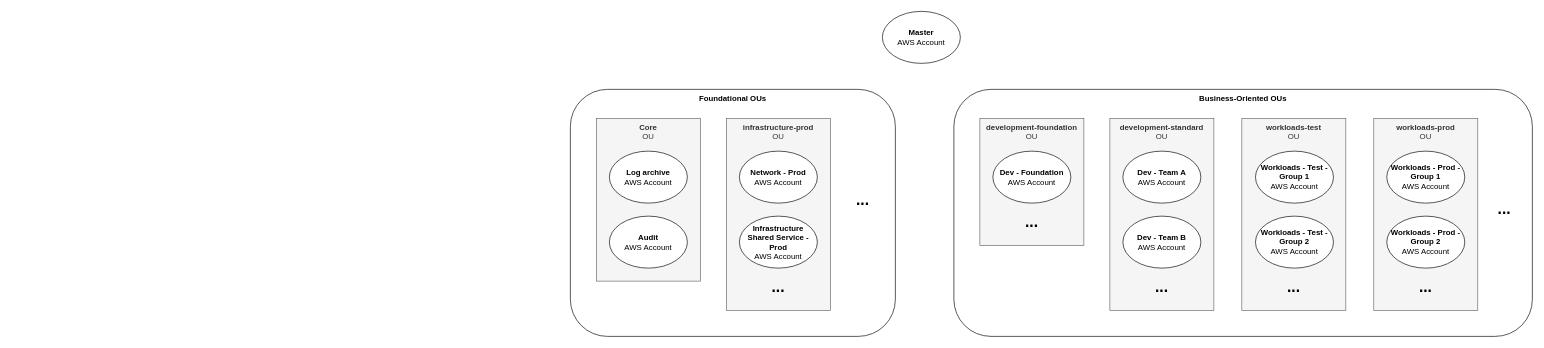
Earlier version of the draw.io diagram drawings/aws-accounts-ous.drawio (aws-samples/aws-get-started-workshop). Source tidied: cells renumbered, new cells numbered last; positions are measured from the earlier drawing's top-left corner, leaving out a move shared by most shapes. Both pictures are drawn from the tidied source at 65%, with x=0, y=0 at pixel (570, 11).
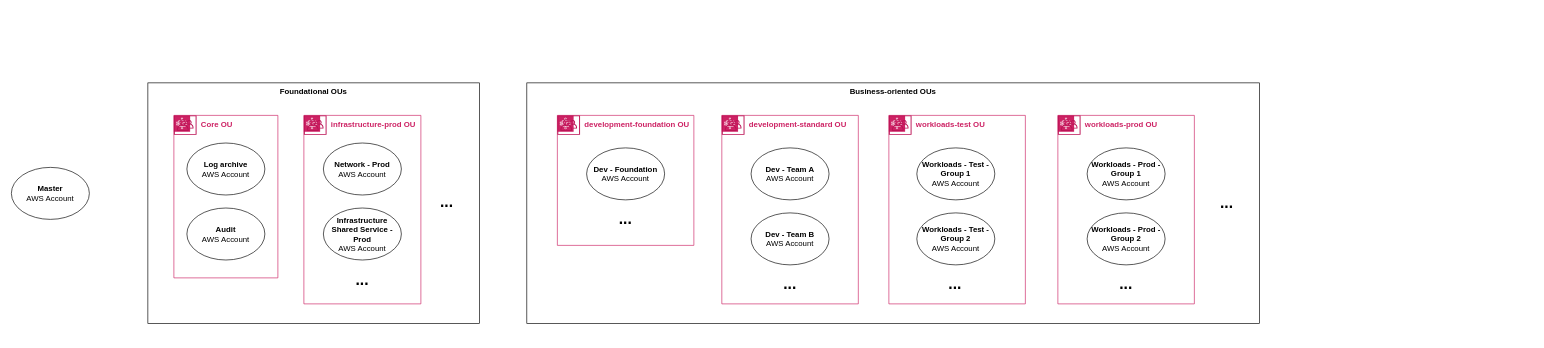
Above is the later version.

Commit message (it also covers changes not shown here):
updated OU and accounts diagram

Diff of the diagram source:
```diff
@@
-    <mxCell id="2" value="Business-Oriented OUs" style="rounded=1;whiteSpace=wrap;html=1;verticalAlign=top;fontStyle=1;" parent="1" vertex="1">
-      <mxGeometry x="590" y="120" width="890" height="380" as="geometry" />
-    </mxCell>
+    <mxCell id="29" value="Business-oriented OUs" style="rounded=0;whiteSpace=wrap;html=1;fillColor=#ffffff;verticalAlign=top;fontStyle=1;" parent="1" vertex="1">
+      <mxGeometry x="-67" y="110" width="1127" height="370" as="geometry" />
+    </mxCell>
+    <mxCell id="9" value="&amp;nbsp;&amp;nbsp; workloads-prod OU" style="html=1;whiteSpace=wrap;fontSize=12;fontStyle=1;shape=mxgraph.aws4.group;grIcon=mxgraph.aws4.group_aws_step_functions_workflow;verticalAlign=top;align=left;spacingLeft=30;dashed=0;fontColor=#CD2264;strokeColor=#CD2264;gradientColor=none;" parent="1" vertex="1">
+      <mxGeometry x="750" y="160" width="210" height="290" as="geometry" />
+    </mxCell>
+    <mxCell id="8" value="&amp;nbsp;&amp;nbsp; workloads-test OU" style="html=1;whiteSpace=wrap;fontSize=12;fontStyle=1;shape=mxgraph.aws4.group;grIcon=mxgraph.aws4.group_aws_step_functions_workflow;verticalAlign=top;align=left;spacingLeft=30;dashed=0;fontColor=#CD2264;strokeColor=#CD2264;gradientColor=none;" parent="1" vertex="1">
+      <mxGeometry x="490" y="160" width="210" height="290" as="geometry" />
+    </mxCell>
+    <mxCell id="6" value="&amp;nbsp;&amp;nbsp; development-foundation OU" style="html=1;whiteSpace=wrap;fontSize=12;fontStyle=1;shape=mxgraph.aws4.group;grIcon=mxgraph.aws4.group_aws_step_functions_workflow;verticalAlign=top;align=left;spacingLeft=30;dashed=0;fontColor=#CD2264;strokeColor=#CD2264;gradientColor=none;" parent="1" vertex="1">
+      <mxGeometry x="-20" y="160" width="210" height="200" as="geometry" />
+    </mxCell>
-    <mxCell id="3" value="Foundational OUs" style="rounded=1;whiteSpace=wrap;html=1;verticalAlign=top;fontStyle=1;" parent="1" vertex="1">
-      <mxGeometry y="120" width="500" height="380" as="geometry" />
+    <mxCell id="3" value="Foundational OUs" style="rounded=0;whiteSpace=wrap;html=1;fillColor=#ffffff;verticalAlign=top;fontStyle=1;" parent="1" vertex="1">
+      <mxGeometry x="-650" y="110" width="510" height="370" as="geometry" />
     </mxCell>
-    <mxCell id="4" value="&lt;div&gt;&lt;b&gt;Core&lt;/b&gt;&lt;/div&gt;&lt;div&gt;OU&lt;br&gt;&lt;/div&gt;" style="rounded=0;whiteSpace=wrap;html=1;verticalAlign=top;fillColor=#f5f5f5;strokeColor=#666666;fontColor=#333333;" parent="1" vertex="1">
-      <mxGeometry x="40" y="165" width="160" height="250" as="geometry" />
+    <mxCell id="4" value="&amp;nbsp;&amp;nbsp; Core OU" style="gradientColor=none;html=1;whiteSpace=wrap;fontSize=12;fontStyle=1;shape=mxgraph.aws4.group;grIcon=mxgraph.aws4.group_aws_step_functions_workflow;strokeColor=#CD2264;fillColor=#ffffff;verticalAlign=top;align=left;spacingLeft=30;fontColor=#CD2264;dashed=0;" parent="1" vertex="1">
+      <mxGeometry x="-610" y="160" width="160" height="250" as="geometry" />
     </mxCell>
-    <mxCell id="5" value="&lt;div&gt;&lt;b&gt;infrastructure-prod&lt;/b&gt;&lt;/div&gt;&lt;div&gt;OU&lt;br&gt;&lt;/div&gt;" style="rounded=0;whiteSpace=wrap;html=1;verticalAlign=top;fillColor=#f5f5f5;strokeColor=#666666;fontColor=#333333;" parent="1" vertex="1">
-      <mxGeometry x="240" y="165" width="160" height="295" as="geometry" />
+    <mxCell id="5" value="&amp;nbsp;&amp;nbsp; infrastructure-prod OU" style="html=1;whiteSpace=wrap;fontSize=12;fontStyle=1;shape=mxgraph.aws4.group;grIcon=mxgraph.aws4.group_aws_step_functions_workflow;verticalAlign=top;align=left;spacingLeft=30;dashed=0;fontColor=#CD2264;strokeColor=#CD2264;gradientColor=none;" parent="1" vertex="1">
+      <mxGeometry x="-410" y="160" width="180" height="290" as="geometry" />
     </mxCell>
-    <mxCell id="6" value="&lt;div&gt;&lt;b&gt;development-foundation&lt;/b&gt;&lt;/div&gt;&lt;div&gt;OU&lt;br&gt;&lt;/div&gt;" style="rounded=0;whiteSpace=wrap;html=1;verticalAlign=top;fillColor=#f5f5f5;strokeColor=#666666;fontColor=#333333;" parent="1" vertex="1">
-      <mxGeometry x="630" y="165" width="160" height="195" as="geometry" />
-    </mxCell>
-    <mxCell id="7" value="&lt;div&gt;&lt;b&gt;development-standard&lt;/b&gt;&lt;/div&gt;&lt;div&gt;OU&lt;br&gt;&lt;/div&gt;" style="rounded=0;whiteSpace=wrap;html=1;verticalAlign=top;fillColor=#f5f5f5;strokeColor=#666666;fontColor=#333333;" parent="1" vertex="1">
-      <mxGeometry x="830" y="165" width="160" height="295" as="geometry" />
-    </mxCell>
-    <mxCell id="8" value="&lt;div&gt;&lt;b&gt;workloads-test&lt;/b&gt;&lt;/div&gt;&lt;div&gt;OU&lt;br&gt;&lt;/div&gt;" style="rounded=0;whiteSpace=wrap;html=1;verticalAlign=top;fillColor=#f5f5f5;strokeColor=#666666;fontColor=#333333;" parent="1" vertex="1">
-      <mxGeometry x="1033" y="165" width="160" height="295" as="geometry" />
-    </mxCell>
-    <mxCell id="9" value="&lt;div&gt;&lt;b&gt;workloads-prod&lt;/b&gt;&lt;/div&gt;&lt;div&gt;OU&lt;br&gt;&lt;/div&gt;" style="rounded=0;whiteSpace=wrap;html=1;verticalAlign=top;fillColor=#f5f5f5;strokeColor=#666666;fontColor=#333333;" parent="1" vertex="1">
-      <mxGeometry x="1236" y="165" width="160" height="295" as="geometry" />
-    </mxCell>
     <mxCell id="10" value="&lt;div&gt;&lt;b&gt;Log archive&lt;/b&gt;&lt;/div&gt;&lt;div&gt;AWS Account&lt;br&gt;&lt;/div&gt;" style="ellipse;whiteSpace=wrap;html=1;" parent="1" vertex="1">
-      <mxGeometry x="60" y="215" width="120" height="80" as="geometry" />
+      <mxGeometry x="-590" y="202.5" width="120" height="80" as="geometry" />
     </mxCell>
     <mxCell id="11" value="&lt;div&gt;&lt;b&gt;Audit&lt;/b&gt;&lt;/div&gt;&lt;div&gt;AWS Account&lt;br&gt;&lt;/div&gt;" style="ellipse;whiteSpace=wrap;html=1;" parent="1" vertex="1">
-      <mxGeometry x="60" y="315" width="120" height="80" as="geometry" />
+      <mxGeometry x="-590" y="302.5" width="120" height="80" as="geometry" />
     </mxCell>
     <mxCell id="12" value="&lt;div&gt;&lt;b&gt;Network - Prod&lt;/b&gt;&lt;br&gt;&lt;/div&gt;&lt;div&gt;AWS Account&lt;br&gt;&lt;/div&gt;" style="ellipse;whiteSpace=wrap;html=1;" parent="1" vertex="1">
-      <mxGeometry x="260" y="215" width="120" height="80" as="geometry" />
+      <mxGeometry x="-380" y="202.5" width="120" height="80" as="geometry" />
     </mxCell>
     <mxCell id="13" value="&lt;div&gt;&lt;b&gt;Infrastructure Shared Service - Prod&lt;/b&gt;&lt;br&gt;&lt;/div&gt;&lt;div&gt;AWS Account&lt;br&gt;&lt;/div&gt;" style="ellipse;whiteSpace=wrap;html=1;" parent="1" vertex="1">
-      <mxGeometry x="260" y="315" width="120" height="80" as="geometry" />
+      <mxGeometry x="-380" y="302.5" width="120" height="80" as="geometry" />
     </mxCell>
     <mxCell id="14" value="&lt;div&gt;&lt;b&gt;Dev - Foundation&lt;/b&gt;&lt;br&gt;&lt;/div&gt;&lt;div&gt;AWS Account&lt;br&gt;&lt;/div&gt;" style="ellipse;whiteSpace=wrap;html=1;" parent="1" vertex="1">
-      <mxGeometry x="650" y="215" width="120" height="80" as="geometry" />
+      <mxGeometry x="25" y="210" width="120" height="80" as="geometry" />
     </mxCell>
-    <mxCell id="15" value="&lt;b&gt;Dev - Team A&lt;/b&gt;&lt;br&gt;&lt;div&gt;AWS Account&lt;br&gt;&lt;/div&gt;" style="ellipse;whiteSpace=wrap;html=1;" parent="1" vertex="1">
-      <mxGeometry x="850" y="215" width="120" height="80" as="geometry" />
-    </mxCell>
-    <mxCell id="16" value="&lt;div&gt;&lt;b&gt;Dev - Team B&lt;/b&gt;&lt;br&gt;&lt;/div&gt;&lt;div&gt;AWS Account&lt;br&gt;&lt;/div&gt;" style="ellipse;whiteSpace=wrap;html=1;" parent="1" vertex="1">
-      <mxGeometry x="850" y="315" width="120" height="80" as="geometry" />
-    </mxCell>
     <mxCell id="17" value="&lt;div&gt;&lt;b&gt;Workloads - Test - Group 1&lt;/b&gt;&lt;br&gt;&lt;/div&gt;&lt;div&gt;AWS Account&lt;br&gt;&lt;/div&gt;" style="ellipse;whiteSpace=wrap;html=1;" parent="1" vertex="1">
-      <mxGeometry x="1054" y="215" width="120" height="80" as="geometry" />
+      <mxGeometry x="533" y="210" width="120" height="80" as="geometry" />
     </mxCell>
     <mxCell id="18" value="&lt;div&gt;&lt;b&gt;Workloads - Prod - Group 1&lt;/b&gt;&lt;br&gt;&lt;/div&gt;&lt;div&gt;AWS Account&lt;br&gt;&lt;/div&gt;" style="ellipse;whiteSpace=wrap;html=1;" parent="1" vertex="1">
-      <mxGeometry x="1256" y="215" width="120" height="80" as="geometry" />
+      <mxGeometry x="795" y="210" width="120" height="80" as="geometry" />
     </mxCell>
     <mxCell id="19" value="&lt;div&gt;&lt;b&gt;Workloads - Test - Group 2&lt;/b&gt;&lt;br&gt;&lt;/div&gt;&lt;div&gt;AWS Account&lt;br&gt;&lt;/div&gt;" style="ellipse;whiteSpace=wrap;html=1;" parent="1" vertex="1">
-      <mxGeometry x="1054" y="315" width="120" height="80" as="geometry" />
+      <mxGeometry x="533" y="310" width="120" height="80" as="geometry" />
     </mxCell>
     <mxCell id="20" value="&lt;div&gt;&lt;b&gt;Workloads - Prod - Group 2&lt;/b&gt;&lt;br&gt;&lt;/div&gt;&lt;div&gt;AWS Account&lt;br&gt;&lt;/div&gt;" style="ellipse;whiteSpace=wrap;html=1;" parent="1" vertex="1">
-      <mxGeometry x="1256" y="315" width="120" height="80" as="geometry" />
+      <mxGeometry x="795" y="310" width="120" height="80" as="geometry" />
     </mxCell>
-    <mxCell id="21" value="&lt;font style=&quot;font-size: 24px&quot;&gt;&lt;b&gt;...&lt;/b&gt;&lt;/font&gt;" style="text;html=1;strokeColor=none;fillColor=none;align=center;verticalAlign=middle;whiteSpace=wrap;rounded=0;" parent="1" vertex="1">
-      <mxGeometry x="890" y="415" width="40" height="20" as="geometry" />
-    </mxCell>
     <mxCell id="22" value="&lt;font style=&quot;font-size: 24px&quot;&gt;&lt;b&gt;...&lt;/b&gt;&lt;/font&gt;" style="text;html=1;strokeColor=none;fillColor=none;align=center;verticalAlign=middle;whiteSpace=wrap;rounded=0;" parent="1" vertex="1">
-      <mxGeometry x="1093" y="415" width="40" height="20" as="geometry" />
+      <mxGeometry x="572" y="410" width="40" height="20" as="geometry" />
     </mxCell>
     <mxCell id="23" value="&lt;font style=&quot;font-size: 24px&quot;&gt;&lt;b&gt;...&lt;/b&gt;&lt;/font&gt;" style="text;html=1;strokeColor=none;fillColor=none;align=center;verticalAlign=middle;whiteSpace=wrap;rounded=0;" parent="1" vertex="1">
-      <mxGeometry x="1296" y="415" width="40" height="20" as="geometry" />
+      <mxGeometry x="835" y="410" width="40" height="20" as="geometry" />
     </mxCell>
     <mxCell id="24" value="&lt;font style=&quot;font-size: 24px&quot;&gt;&lt;b&gt;...&lt;/b&gt;&lt;/font&gt;" style="text;html=1;strokeColor=none;fillColor=none;align=center;verticalAlign=middle;whiteSpace=wrap;rounded=0;" parent="1" vertex="1">
-      <mxGeometry x="690" y="315" width="40" height="20" as="geometry" />
+      <mxGeometry x="65" y="310" width="40" height="20" as="geometry" />
     </mxCell>
     <mxCell id="25" value="&lt;font style=&quot;font-size: 24px&quot;&gt;&lt;b&gt;...&lt;/b&gt;&lt;/font&gt;" style="text;html=1;strokeColor=none;fillColor=none;align=center;verticalAlign=middle;whiteSpace=wrap;rounded=0;" parent="1" vertex="1">
-      <mxGeometry x="1417" y="295" width="40" height="20" as="geometry" />
+      <mxGeometry x="990" y="285" width="40" height="20" as="geometry" />
     </mxCell>
     <mxCell id="26" value="&lt;font style=&quot;font-size: 24px&quot;&gt;&lt;b&gt;...&lt;/b&gt;&lt;/font&gt;" style="text;html=1;strokeColor=none;fillColor=none;align=center;verticalAlign=middle;whiteSpace=wrap;rounded=0;" parent="1" vertex="1">
-      <mxGeometry x="430" y="280" width="40" height="20" as="geometry" />
+      <mxGeometry x="-210" y="282.5" width="40" height="20" as="geometry" />
     </mxCell>
     <mxCell id="27" value="&lt;font style=&quot;font-size: 24px&quot;&gt;&lt;b&gt;...&lt;/b&gt;&lt;/font&gt;" style="text;html=1;strokeColor=none;fillColor=none;align=center;verticalAlign=middle;whiteSpace=wrap;rounded=0;" parent="1" vertex="1">
-      <mxGeometry x="300" y="415" width="40" height="20" as="geometry" />
+      <mxGeometry x="-340" y="402.5" width="40" height="20" as="geometry" />
     </mxCell>
     <mxCell id="28" value="&lt;div&gt;&lt;b&gt;Master&lt;/b&gt;&lt;/div&gt;&lt;div&gt;AWS Account&lt;br&gt;&lt;/div&gt;" style="ellipse;whiteSpace=wrap;html=1;" parent="1" vertex="1">
-      <mxGeometry x="480" width="120" height="80" as="geometry" />
+      <mxGeometry x="-860" y="240" width="120" height="80" as="geometry" />
     </mxCell>
+    <mxCell id="30" style="fontColor=#232F3E;gradientColor=none;fillColor=#BC1356;strokeColor=none;dashed=0;verticalLabelPosition=bottom;verticalAlign=top;align=center;html=1;fontSize=12;fontStyle=0;shape=mxgraph.aws4.organizations_organizational_unit;" parent="1" vertex="1">
+      <mxGeometry x="-610" y="160" width="34.9" height="30" as="geometry" />
+    </mxCell>
+    <mxCell id="31" style="fontColor=#232F3E;gradientColor=none;fillColor=#BC1356;strokeColor=none;dashed=0;verticalLabelPosition=bottom;verticalAlign=top;align=center;html=1;fontSize=12;fontStyle=0;shape=mxgraph.aws4.organizations_organizational_unit;" parent="1" vertex="1">
+      <mxGeometry x="-410" y="160" width="34.9" height="30" as="geometry" />
+    </mxCell>
+    <mxCell id="32" style="fontColor=#232F3E;gradientColor=none;fillColor=#BC1356;strokeColor=none;dashed=0;verticalLabelPosition=bottom;verticalAlign=top;align=center;html=1;fontSize=12;fontStyle=0;shape=mxgraph.aws4.organizations_organizational_unit;" parent="1" vertex="1">
+      <mxGeometry x="-20" y="160" width="34.9" height="30" as="geometry" />
+    </mxCell>
+    <mxCell id="7" value="&amp;nbsp;&amp;nbsp; development-standard OU" style="html=1;whiteSpace=wrap;fontSize=12;fontStyle=1;shape=mxgraph.aws4.group;grIcon=mxgraph.aws4.group_aws_step_functions_workflow;verticalAlign=top;align=left;spacingLeft=30;dashed=0;fontColor=#CD2264;strokeColor=#CD2264;gradientColor=none;" parent="1" vertex="1">
+      <mxGeometry x="233" y="160" width="210" height="290" as="geometry" />
+    </mxCell>
+    <mxCell id="15" value="&lt;div&gt;&lt;b&gt;Dev - Team A&lt;/b&gt;&lt;br&gt;&lt;/div&gt;&lt;div&gt;AWS Account&lt;br&gt;&lt;/div&gt;" style="ellipse;whiteSpace=wrap;html=1;" parent="1" vertex="1">
+      <mxGeometry x="278" y="210" width="120" height="80" as="geometry" />
+    </mxCell>
+    <mxCell id="21" value="&lt;font style=&quot;font-size: 24px&quot;&gt;&lt;b&gt;...&lt;/b&gt;&lt;/font&gt;" style="text;html=1;strokeColor=none;fillColor=none;align=center;verticalAlign=middle;whiteSpace=wrap;rounded=0;" parent="1" vertex="1">
+      <mxGeometry x="318" y="410" width="40" height="20" as="geometry" />
+    </mxCell>
+    <mxCell id="33" style="fontColor=#232F3E;gradientColor=none;fillColor=#BC1356;strokeColor=none;dashed=0;verticalLabelPosition=bottom;verticalAlign=top;align=center;html=1;fontSize=12;fontStyle=0;shape=mxgraph.aws4.organizations_organizational_unit;" parent="1" vertex="1">
+      <mxGeometry x="233" y="160" width="34.9" height="30" as="geometry" />
+    </mxCell>
+    <mxCell id="16" value="&lt;div&gt;&lt;b&gt;Dev - Team B&lt;/b&gt;&lt;br&gt;&lt;/div&gt;&lt;div&gt;AWS Account&lt;br&gt;&lt;/div&gt;" style="ellipse;whiteSpace=wrap;html=1;" parent="1" vertex="1">
+      <mxGeometry x="278" y="310" width="120" height="80" as="geometry" />
+    </mxCell>
+    <mxCell id="34" style="fontColor=#232F3E;gradientColor=none;fillColor=#BC1356;strokeColor=none;dashed=0;verticalLabelPosition=bottom;verticalAlign=top;align=center;html=1;fontSize=12;fontStyle=0;shape=mxgraph.aws4.organizations_organizational_unit;" parent="1" vertex="1">
+      <mxGeometry x="490" y="160" width="34.9" height="30" as="geometry" />
+    </mxCell>
+    <mxCell id="35" style="fontColor=#232F3E;gradientColor=none;fillColor=#BC1356;strokeColor=none;dashed=0;verticalLabelPosition=bottom;verticalAlign=top;align=center;html=1;fontSize=12;fontStyle=0;shape=mxgraph.aws4.organizations_organizational_unit;" parent="1" vertex="1">
+      <mxGeometry x="750" y="160" width="34.9" height="30" as="geometry" />
+    </mxCell>
```
